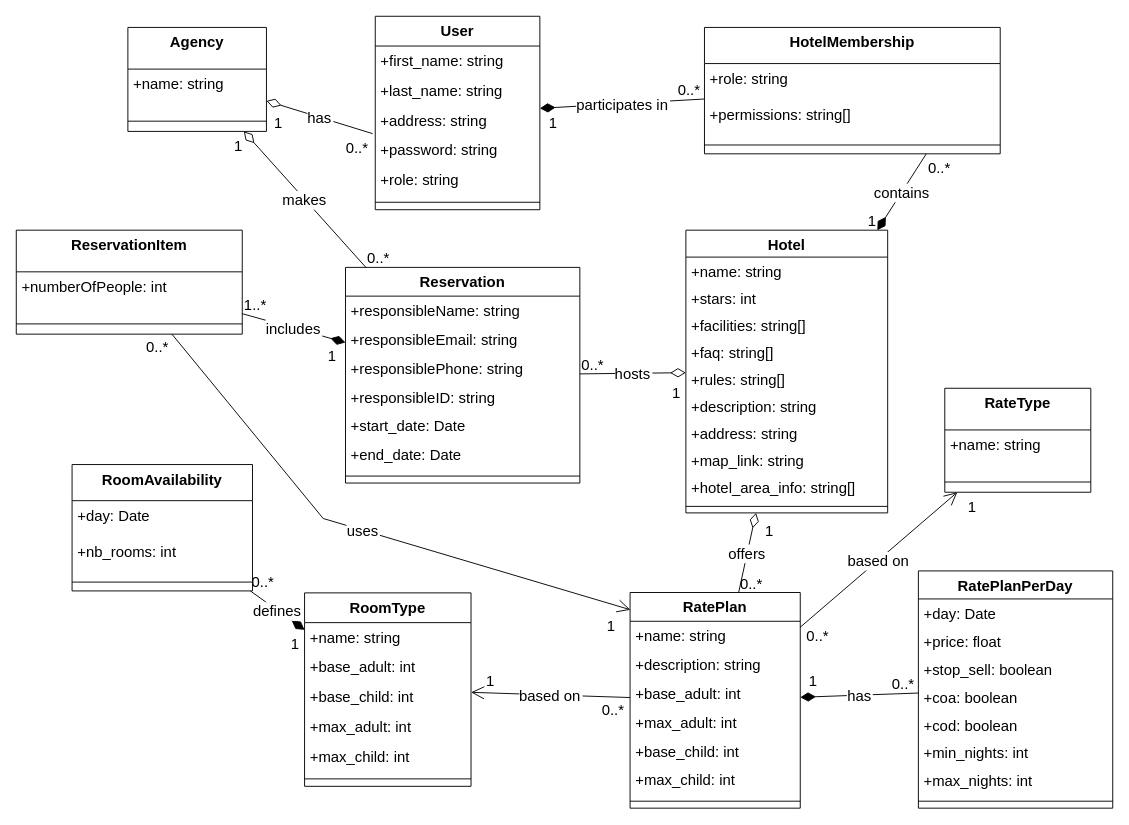
Above: page "back" (3 of 3) of class_diagram.drawio in jawharhmidi02/resrvy_diagrams (draw.io), before the change. Source tidied: cells renumbered, new cells numbered last; positions are measured from the earlier drawing's top-left corner, leaving out a move shared by most shapes. Both pictures are drawn from the tidied source at 93%, with x=0, y=0 at pixel (16, 16).
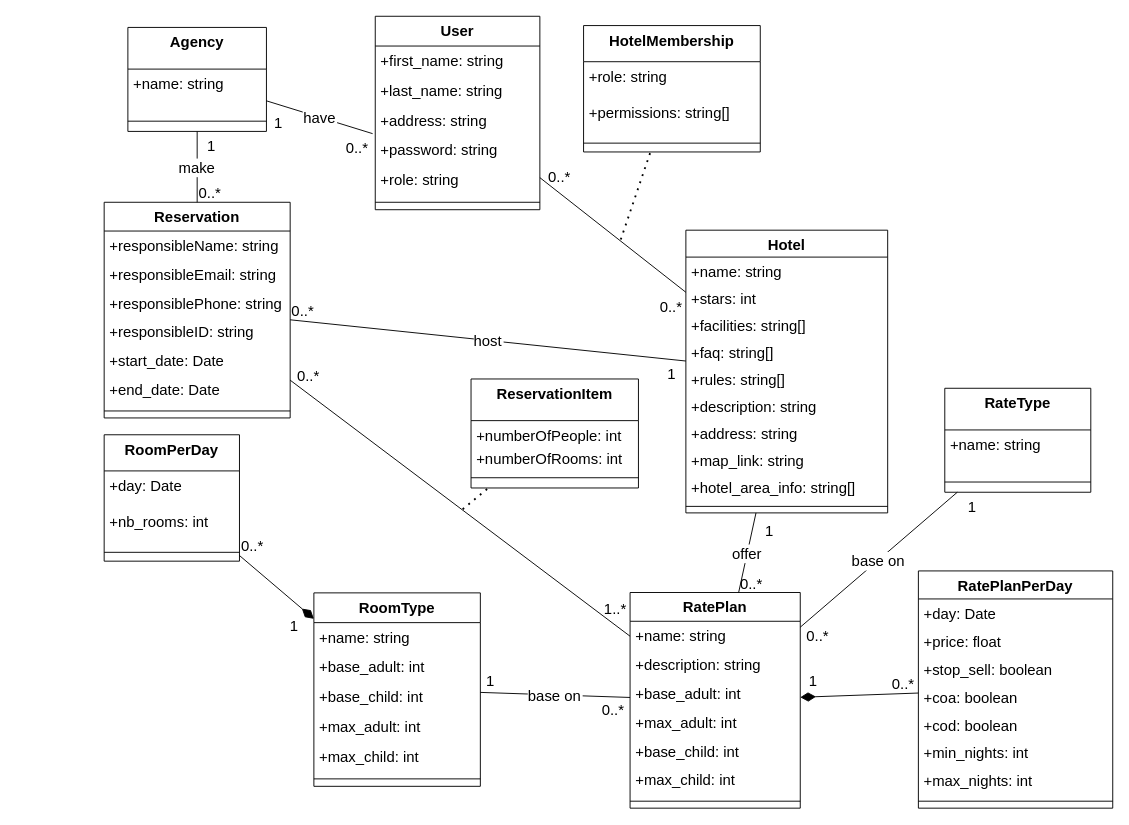
Above is the later version.

Unchanged cells that the change refers to:
```xml
<mxCell id="2" value="User" style="swimlane;fontStyle=1;align=center;verticalAlign=top;horizontal=1;startSize=32;fontSize=16;" parent="1" vertex="1">
  <mxGeometry x="386" width="177" height="208" as="geometry" />
</mxCell>
<mxCell id="6" value="+password: string" style="text;strokeColor=none;fillColor=none;align=left;verticalAlign=top;spacingLeft=4;spacingRight=4;overflow=hidden;points=[[0,0.5],[1,0.5]];portConstraint=eastwest;fontSize=16;" parent="2" vertex="1">
  <mxGeometry y="128" width="177" height="32" as="geometry" />
</mxCell>
<mxCell id="9" value="Agency" style="swimlane;fontStyle=1;align=center;verticalAlign=top;horizontal=1;startSize=44.8;fontSize=16;" parent="1" vertex="1">
  <mxGeometry x="120" y="12" width="149" height="111.8" as="geometry" />
</mxCell>
<mxCell id="12" value="Hotel" style="swimlane;fontStyle=1;align=center;verticalAlign=top;horizontal=1;startSize=28.952380952380953;fontSize=16;" parent="1" vertex="1">
  <mxGeometry x="720" y="230" width="217" height="304" as="geometry" />
</mxCell>
<mxCell id="38" value="RatePlan" style="swimlane;fontStyle=1;align=center;verticalAlign=top;horizontal=1;startSize=30.933333333333334;fontSize=16;" parent="1" vertex="1">
  <mxGeometry x="660" y="619.6" width="183" height="231.9" as="geometry" />
</mxCell>
<mxCell id="46" value="RatePlanPerDay" style="swimlane;fontStyle=1;align=center;verticalAlign=top;horizontal=1;startSize=30.11764705882353;fontSize=16;" parent="1" vertex="1">
  <mxGeometry x="970" y="596.4" width="209" height="255.1" as="geometry" />
</mxCell>
<mxCell id="62" value="RateType" style="swimlane;fontStyle=1;align=center;verticalAlign=top;horizontal=1;startSize=44.8;fontSize=16;" parent="1" vertex="1">
  <mxGeometry x="998.4" y="400" width="157" height="111.8" as="geometry" />
</mxCell>
```

What changed in the source:
```diff
@@
     <mxCell id="23" value="HotelMembership" style="swimlane;fontStyle=1;align=center;verticalAlign=top;horizontal=1;startSize=38.857142857142854;fontSize=16;" parent="1" vertex="1">
-      <mxGeometry x="740" y="12" width="318" height="135.9" as="geometry" />
+      <mxGeometry x="610" y="10" width="190" height="135.9" as="geometry" />
     </mxCell>
     <mxCell id="24" value="+role: string" style="text;strokeColor=none;fillColor=none;align=left;verticalAlign=top;spacingLeft=4;spacingRight=4;overflow=hidden;fontSize=16;" parent="23" vertex="1">
-      <mxGeometry y="38.9" width="318" height="39" as="geometry" />
+      <mxGeometry y="38.9" width="190" height="39" as="geometry" />
     </mxCell>
     <mxCell id="25" value="+permissions: string[]" style="text;strokeColor=none;fillColor=none;align=left;verticalAlign=top;spacingLeft=4;spacingRight=4;overflow=hidden;fontSize=16;" parent="23" vertex="1">
-      <mxGeometry y="77.9" width="318" height="39" as="geometry" />
+      <mxGeometry y="77.9" width="190" height="39" as="geometry" />
     </mxCell>
     <mxCell id="26" style="line;strokeWidth=1;fillColor=none;align=left;verticalAlign=middle;spacingTop=-1;spacingLeft=3;spacingRight=3;labelPosition=right;strokeColor=inherit;fontSize=16;" parent="23" vertex="1">
-      <mxGeometry y="116.9" width="318" height="19" as="geometry" />
+      <mxGeometry y="116.9" width="190" height="19" as="geometry" />
     </mxCell>
     <mxCell id="27" value="Reservation" style="swimlane;fontStyle=1;align=center;verticalAlign=top;horizontal=1;startSize=30.933333333333334;fontSize=16;" parent="1" vertex="1">
-      <mxGeometry x="354" y="270" width="252" height="231.9" as="geometry" />
+      <mxGeometry x="94.5" y="200" width="200" height="231.9" as="geometry" />
     </mxCell>
     <mxCell id="28" value="+responsibleName: string" style="text;strokeColor=none;fillColor=none;align=left;verticalAlign=top;spacingLeft=4;spacingRight=4;overflow=hidden;fontSize=16;" parent="27" vertex="1">
-      <mxGeometry y="30.9" width="252" height="31" as="geometry" />
+      <mxGeometry y="30.9" width="200" height="31" as="geometry" />
     </mxCell>
     <mxCell id="29" value="+responsibleEmail: string" style="text;strokeColor=none;fillColor=none;align=left;verticalAlign=top;spacingLeft=4;spacingRight=4;overflow=hidden;fontSize=16;" parent="27" vertex="1">
-      <mxGeometry y="61.9" width="252" height="31" as="geometry" />
+      <mxGeometry y="61.9" width="200" height="31" as="geometry" />
     </mxCell>
     <mxCell id="30" value="+responsiblePhone: string" style="text;strokeColor=none;fillColor=none;align=left;verticalAlign=top;spacingLeft=4;spacingRight=4;overflow=hidden;fontSize=16;" parent="27" vertex="1">
-      <mxGeometry y="92.9" width="252" height="31" as="geometry" />
+      <mxGeometry y="92.9" width="200" height="31" as="geometry" />
     </mxCell>
     <mxCell id="31" value="+responsibleID: string" style="text;strokeColor=none;fillColor=none;align=left;verticalAlign=top;spacingLeft=4;spacingRight=4;overflow=hidden;fontSize=16;" parent="27" vertex="1">
-      <mxGeometry y="123.9" width="252" height="31" as="geometry" />
+      <mxGeometry y="123.9" width="200" height="31" as="geometry" />
     </mxCell>
     <mxCell id="32" value="+start_date: Date" style="text;strokeColor=none;fillColor=none;align=left;verticalAlign=top;spacingLeft=4;spacingRight=4;overflow=hidden;fontSize=16;" parent="27" vertex="1">
-      <mxGeometry y="154.9" width="252" height="31" as="geometry" />
+      <mxGeometry y="154.9" width="200" height="31" as="geometry" />
     </mxCell>
     <mxCell id="33" value="+end_date: Date" style="text;strokeColor=none;fillColor=none;align=left;verticalAlign=top;spacingLeft=4;spacingRight=4;overflow=hidden;fontSize=16;" parent="27" vertex="1">
-      <mxGeometry y="185.9" width="252" height="31" as="geometry" />
+      <mxGeometry y="185.9" width="200" height="31" as="geometry" />
     </mxCell>
     <mxCell id="34" style="line;strokeWidth=1;fillColor=none;align=left;verticalAlign=middle;spacingTop=-1;spacingLeft=3;spacingRight=3;labelPosition=right;strokeColor=inherit;fontSize=16;" parent="27" vertex="1">
-      <mxGeometry y="216.9" width="252" height="15" as="geometry" />
+      <mxGeometry y="216.9" width="200" height="15" as="geometry" />
     </mxCell>
     <mxCell id="35" value="ReservationItem" style="swimlane;fontStyle=1;align=center;verticalAlign=top;horizontal=1;startSize=44.8;fontSize=16;" parent="1" vertex="1">
-      <mxGeometry y="230" width="243" height="111.8" as="geometry" />
+      <mxGeometry x="489" y="390" width="180" height="117.2" as="geometry" />
     </mxCell>
     <mxCell id="36" value="+numberOfPeople: int" style="text;strokeColor=none;fillColor=none;align=left;verticalAlign=top;spacingLeft=4;spacingRight=4;overflow=hidden;fontSize=16;" parent="35" vertex="1">
-      <mxGeometry y="44.8" width="243" height="45" as="geometry" />
+      <mxGeometry y="44.8" width="180" height="25.2" as="geometry" />
     </mxCell>
+    <mxCell id="105" value="+numberOfRooms: int" style="text;strokeColor=none;fillColor=none;align=left;verticalAlign=top;spacingLeft=4;spacingRight=4;overflow=hidden;fontSize=16;" parent="35" vertex="1">
+      <mxGeometry y="70" width="180" height="25.2" as="geometry" />
+    </mxCell>
     <mxCell id="37" style="line;strokeWidth=1;fillColor=none;align=left;verticalAlign=middle;spacingTop=-1;spacingLeft=3;spacingRight=3;labelPosition=right;strokeColor=inherit;fontSize=16;" parent="35" vertex="1">
-      <mxGeometry y="89.8" width="243" height="22" as="geometry" />
+      <mxGeometry y="95.2" width="180" height="22" as="geometry" />
     </mxCell>
@@
     <mxCell id="55" value="RoomType" style="swimlane;fontStyle=1;align=center;verticalAlign=top;horizontal=1;startSize=32;fontSize=16;" parent="1" vertex="1">
-      <mxGeometry x="310" y="620" width="179" height="208" as="geometry" />
+      <mxGeometry x="320" y="620" width="179" height="208" as="geometry" />
     </mxCell>
@@
-    <mxCell id="65" value="RoomAvailability" style="swimlane;fontStyle=1;align=center;verticalAlign=top;horizontal=1;startSize=38.857142857142854;fontSize=16;" parent="1" vertex="1">
-      <mxGeometry x="60" y="482" width="194" height="135.9" as="geometry" />
+    <mxCell id="65" value="RoomPerDay" style="swimlane;fontStyle=1;align=center;verticalAlign=top;horizontal=1;startSize=38.857142857142854;fontSize=16;" parent="1" vertex="1">
+      <mxGeometry x="94.5" y="450" width="145.5" height="135.9" as="geometry" />
     </mxCell>
     <mxCell id="66" value="+day: Date" style="text;strokeColor=none;fillColor=none;align=left;verticalAlign=top;spacingLeft=4;spacingRight=4;overflow=hidden;fontSize=16;" parent="65" vertex="1">
-      <mxGeometry y="38.9" width="194" height="39" as="geometry" />
+      <mxGeometry y="38.9" width="145.5" height="39" as="geometry" />
     </mxCell>
     <mxCell id="67" value="+nb_rooms: int" style="text;strokeColor=none;fillColor=none;align=left;verticalAlign=top;spacingLeft=4;spacingRight=4;overflow=hidden;fontSize=16;" parent="65" vertex="1">
-      <mxGeometry y="77.9" width="194" height="39" as="geometry" />
+      <mxGeometry y="77.9" width="145.5" height="39" as="geometry" />
     </mxCell>
     <mxCell id="68" style="line;strokeWidth=1;fillColor=none;align=left;verticalAlign=middle;spacingTop=-1;spacingLeft=3;spacingRight=3;labelPosition=right;strokeColor=inherit;fontSize=16;" parent="65" vertex="1">
-      <mxGeometry y="116.9" width="194" height="19" as="geometry" />
+      <mxGeometry y="116.9" width="145.5" height="19" as="geometry" />
     </mxCell>
-    <mxCell id="69" value="has" style="curved=0;startArrow=diamondThin;startSize=14;startFill=0;endArrow=none;entryX=-0.016;entryY=-0.056;rounded=0;jumpSize=54;jumpStyle=line;entryDx=0;entryDy=0;entryPerimeter=0;fontSize=16;" parent="1" edge="1" source="9" target="6">
+    <mxCell id="69" value="have" style="curved=0;startArrow=none;startSize=14;startFill=0;endArrow=none;entryX=-0.016;entryY=-0.056;rounded=0;jumpSize=54;jumpStyle=line;entryDx=0;entryDy=0;entryPerimeter=0;fontSize=16;" parent="1" edge="1" source="9" target="6">
       <mxGeometry relative="1" as="geometry" />
     </mxCell>
@@
-    <mxCell id="71" value="contains" style="curved=0;startArrow=diamondThin;startSize=14;startFill=1;endArrow=none;entryX=0.75;entryY=1;rounded=0;jumpSize=54;jumpStyle=line;entryDx=0;entryDy=0;fontSize=16;" parent="1" edge="1" source="12" target="23">
-      <mxGeometry relative="1" as="geometry" />
-    </mxCell>
-    <mxCell id="72" value="1" style="edgeLabel;labelBackgroundColor=none;fontSize=16;align=right;verticalAlign=bottom;" parent="71" vertex="1">
-      <mxGeometry x="-1" relative="1" as="geometry" />
-    </mxCell>
-    <mxCell id="73" value="0..*" style="edgeLabel;labelBackgroundColor=none;fontSize=16;align=left;verticalAlign=top;" parent="71" vertex="1">
-      <mxGeometry x="1" relative="1" as="geometry" />
-    </mxCell>
-    <mxCell id="74" value="participates in" style="curved=0;startArrow=diamondThin;startSize=14;startFill=1;endArrow=none;rounded=0;jumpSize=54;jumpStyle=line;fontSize=16;" parent="1" edge="1" source="2" target="23">
-      <mxGeometry relative="1" as="geometry" />
-    </mxCell>
-    <mxCell id="75" value="1" style="edgeLabel;labelBackgroundColor=none;fontSize=16;align=right;verticalAlign=top;" parent="74" vertex="1">
-      <mxGeometry x="-1" relative="1" as="geometry">
-        <mxPoint x="20" as="offset" />
-      </mxGeometry>
-    </mxCell>
-    <mxCell id="76" value="0..*" style="edgeLabel;labelBackgroundColor=none;fontSize=16;align=left;verticalAlign=bottom;" parent="74" vertex="1">
-      <mxGeometry x="1" relative="1" as="geometry">
-        <mxPoint x="-30" as="offset" />
-      </mxGeometry>
-    </mxCell>
-    <mxCell id="77" value="makes" style="curved=0;startArrow=diamondThin;startSize=14;startFill=0;endArrow=none;rounded=0;jumpSize=54;jumpStyle=line;fontSize=16;" parent="1" edge="1" source="9" target="27">
+    <mxCell id="77" value="make" style="curved=0;startArrow=none;startSize=14;startFill=0;endArrow=none;rounded=0;jumpSize=54;jumpStyle=line;fontSize=16;" parent="1" edge="1" source="9" target="27">
       <mxGeometry relative="1" as="geometry" />
     </mxCell>
@@
-    <mxCell id="79" value="hosts" style="curved=0;startArrow=diamondThin;startSize=14;startFill=0;endArrow=none;rounded=0;jumpSize=54;jumpStyle=line;fontSize=16;" parent="1" edge="1" source="12" target="27">
+    <mxCell id="79" value="host" style="curved=0;startArrow=none;startSize=14;startFill=0;endArrow=none;rounded=0;jumpSize=54;jumpStyle=line;fontSize=16;" parent="1" edge="1" source="12" target="27">
       <mxGeometry relative="1" as="geometry" />
     </mxCell>
@@
-    <mxCell id="81" value="includes" style="curved=0;startArrow=diamondThin;startSize=14;startFill=1;endArrow=none;rounded=0;jumpSize=54;jumpStyle=line;fontSize=16;" parent="1" edge="1" source="27" target="35">
-      <mxGeometry relative="1" as="geometry" />
-    </mxCell>
-    <mxCell id="82" value="1..*" style="edgeLabel;labelBackgroundColor=none;fontSize=16;align=left;verticalAlign=bottom;" parent="81" vertex="1">
-      <mxGeometry x="1" relative="1" as="geometry" />
-    </mxCell>
-    <mxCell id="83" value="uses" style="curved=0;startArrow=none;endArrow=open;endSize=12;rounded=0;jumpSize=54;jumpStyle=line;entryX=0.002;entryY=0.08;entryDx=0;entryDy=0;entryPerimeter=0;fontSize=16;" parent="1" edge="1" source="35" target="38">
-      <mxGeometry relative="1" as="geometry">
-        <Array as="points">
-          <mxPoint x="330" y="540" />
-        </Array>
-      </mxGeometry>
-    </mxCell>
-    <mxCell id="84" value="offers" style="curved=0;startArrow=diamondThin;startSize=14;startFill=0;endArrow=none;rounded=0;jumpSize=54;jumpStyle=line;fontSize=16;" parent="1" edge="1" source="12" target="38">
-      <mxGeometry relative="1" as="geometry" />
+    <mxCell id="84" value="offer" style="curved=0;startArrow=none;startSize=14;startFill=0;endArrow=none;rounded=0;jumpSize=54;jumpStyle=line;fontSize=16;" parent="1" edge="1" source="12" target="38">
+      <mxGeometry x="0.01" relative="1" as="geometry" />
     </mxCell>
@@
-    <mxCell id="86" value="based on" style="curved=0;startArrow=none;endArrow=open;endSize=12;rounded=0;jumpSize=54;jumpStyle=line;fontSize=16;" parent="1" edge="1" source="38" target="55">
+    <mxCell id="86" value="base on" style="curved=0;startArrow=none;endArrow=none;endSize=12;rounded=0;jumpSize=54;jumpStyle=line;fontSize=16;startFill=0;" parent="1" edge="1" source="38" target="55">
       <mxGeometry relative="1" as="geometry" />
     </mxCell>
-    <mxCell id="87" value="based on" style="curved=0;startArrow=none;endArrow=open;endSize=12;rounded=0;jumpSize=54;jumpStyle=line;fontSize=16;" parent="1" edge="1" source="38" target="62">
+    <mxCell id="87" value="base on" style="curved=0;startArrow=none;endArrow=none;endSize=12;rounded=0;jumpSize=54;jumpStyle=line;fontSize=16;startFill=0;" parent="1" edge="1" source="38" target="62">
       <mxGeometry relative="1" as="geometry" />
     </mxCell>
-    <mxCell id="88" value="has" style="curved=0;startArrow=diamondThin;startSize=14;startFill=1;endArrow=none;rounded=0;jumpSize=54;jumpStyle=line;fontSize=16;" parent="1" edge="1" source="38" target="46">
+    <mxCell id="88" style="curved=0;startArrow=diamondThin;startSize=14;startFill=1;endArrow=none;rounded=0;jumpSize=54;jumpStyle=line;fontSize=16;" parent="1" edge="1" source="38" target="46">
       <mxGeometry relative="1" as="geometry" />
     </mxCell>
@@
-    <mxCell id="90" value="defines" style="curved=0;startArrow=diamondThin;startSize=14;startFill=1;endArrow=none;rounded=0;jumpSize=54;jumpStyle=line;fontSize=16;" parent="1" edge="1" source="55" target="65">
+    <mxCell id="90" style="curved=0;startArrow=diamondThin;startSize=14;startFill=1;endArrow=none;rounded=0;jumpSize=54;jumpStyle=line;fontSize=16;" parent="1" edge="1" source="55" target="65">
       <mxGeometry relative="1" as="geometry" />
     </mxCell>
@@
-    <mxCell id="94" value="1" style="text;align=center;verticalAlign=middle;rounded=0;whiteSpace=wrap;fontSize=16;" parent="1" vertex="1">
-      <mxGeometry x="610" y="640" width="60" height="30" as="geometry" />
-    </mxCell>
     <mxCell id="95" value="1" style="text;align=center;verticalAlign=middle;rounded=0;whiteSpace=wrap;fontSize=16;" parent="1" vertex="1">
-      <mxGeometry x="209" y="123.8" width="60" height="30" as="geometry" />
+      <mxGeometry x="180" y="123.8" width="60" height="30" as="geometry" />
     </mxCell>
-    <mxCell id="96" value="1" style="text;align=center;verticalAlign=middle;rounded=0;whiteSpace=wrap;fontSize=16;" parent="1" vertex="1">
-      <mxGeometry x="310" y="350" width="60" height="30" as="geometry" />
-    </mxCell>
@@
-    <mxCell id="101" value="0..*" style="text;align=center;verticalAlign=middle;rounded=0;whiteSpace=wrap;fontSize=16;" parent="1" vertex="1">
-      <mxGeometry x="122" y="341" width="60" height="30" as="geometry" />
-    </mxCell>
     <mxCell id="102" value="1" style="text;align=center;verticalAlign=middle;rounded=0;whiteSpace=wrap;fontSize=16;" parent="1" vertex="1">
-      <mxGeometry x="680" y="390" width="60" height="30" as="geometry" />
+      <mxGeometry x="675" y="370" width="60" height="30" as="geometry" />
     </mxCell>
     <mxCell id="103" value="1" style="text;align=center;verticalAlign=middle;rounded=0;whiteSpace=wrap;fontSize=16;" parent="1" vertex="1">
-      <mxGeometry x="270" y="660" width="60" height="30" as="geometry" />
+      <mxGeometry x="269" y="640" width="60" height="30" as="geometry" />
     </mxCell>
@@
+    <mxCell id="106" style="curved=0;startArrow=none;startSize=14;startFill=0;endArrow=none;rounded=0;jumpSize=54;jumpStyle=line;fontSize=16;" parent="1" edge="1" source="2" target="12">
+      <mxGeometry x="0.27" y="-36" relative="1" as="geometry">
+        <mxPoint y="1" as="offset" />
+      </mxGeometry>
+    </mxCell>
+    <mxCell id="107" value="0..*" style="edgeLabel;labelBackgroundColor=none;fontSize=16;align=left;verticalAlign=top;" parent="106" vertex="1">
+      <mxGeometry x="1" relative="1" as="geometry">
+        <mxPoint x="-30" as="offset" />
+      </mxGeometry>
+    </mxCell>
+    <mxCell id="108" value="0..*" style="edgeLabel;labelBackgroundColor=none;fontSize=16;align=left;verticalAlign=top;" parent="106" vertex="1">
+      <mxGeometry x="1" relative="1" as="geometry">
+        <mxPoint x="-150" y="-140" as="offset" />
+      </mxGeometry>
+    </mxCell>
+    <mxCell id="109" style="endArrow=none;dashed=1;html=1;dashPattern=1 3;strokeWidth=2;rounded=0;" parent="1" edge="1" target="23">
+      <mxGeometry relative="1" as="geometry">
+        <mxPoint x="650" y="240" as="sourcePoint" />
+      </mxGeometry>
+    </mxCell>
+    <mxCell id="110" style="curved=0;startArrow=none;startSize=14;startFill=0;endArrow=none;rounded=0;jumpSize=54;jumpStyle=line;fontSize=16;" parent="1" edge="1" source="27" target="38">
+      <mxGeometry x="0.27" y="-36" relative="1" as="geometry">
+        <mxPoint y="1" as="offset" />
+      </mxGeometry>
+    </mxCell>
+    <mxCell id="82" value="1..*" style="edgeLabel;labelBackgroundColor=none;fontSize=16;align=left;verticalAlign=top;" parent="110" vertex="1">
+      <mxGeometry x="1" relative="1" as="geometry">
+        <mxPoint x="-30" y="-46" as="offset" />
+      </mxGeometry>
+    </mxCell>
+    <mxCell id="111" value="0..*" style="edgeLabel;labelBackgroundColor=none;fontSize=16;align=left;verticalAlign=top;" parent="110" vertex="1">
+      <mxGeometry x="1" relative="1" as="geometry">
+        <mxPoint x="-360" y="-296" as="offset" />
+      </mxGeometry>
+    </mxCell>
+    <mxCell id="112" style="endArrow=none;dashed=1;html=1;dashPattern=1 3;strokeWidth=2;rounded=0;" parent="1" edge="1" target="35">
+      <mxGeometry relative="1" as="geometry">
+        <mxPoint x="480" y="530" as="sourcePoint" />
+      </mxGeometry>
+    </mxCell>
```
